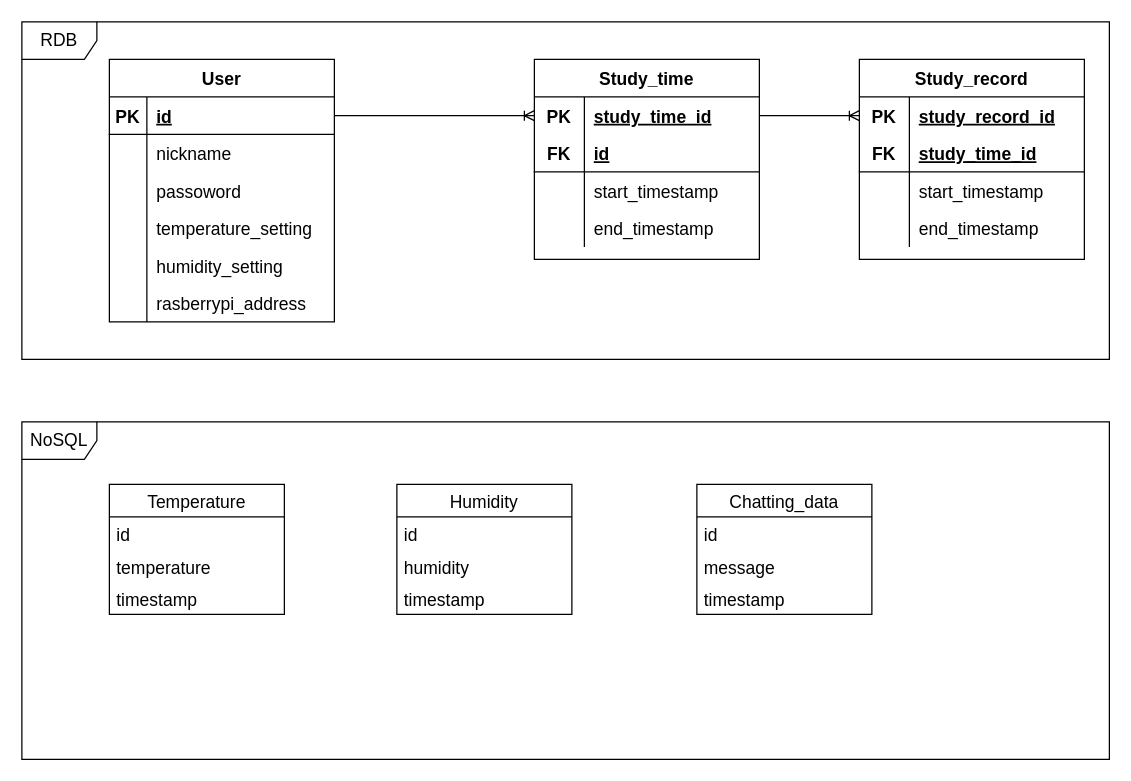
veryneuron/study_mate_project keeps this draw.io diagram as page "ERD" (11 of 11) of doc/UML.drawio. Above is the earlier version. Source tidied: cells renumbered, new cells numbered last; positions are measured from the earlier drawing's top-left corner, leaving out a move shared by most shapes. Both pictures are drawn from the tidied source at 125%, with x=0, y=0 at pixel (21, 21).
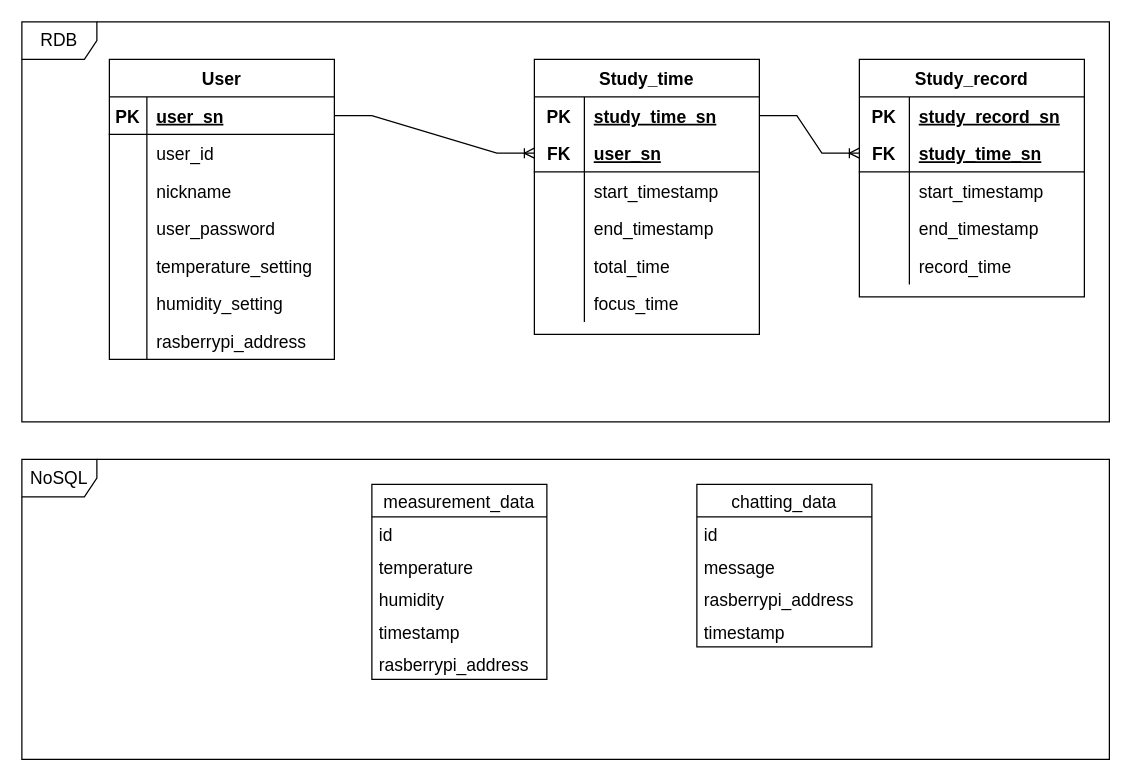
Above is the later version.

Unchanged cells that the change refers to:
```xml
<mxCell id="4" style="shape=tableRow;horizontal=0;startSize=0;swimlaneHead=0;swimlaneBody=0;fillColor=none;points=[[0,0.5],[1,0.5]];portConstraint=eastwest;top=0;left=0;right=0;bottom=1;fontSize=14;" parent="3" vertex="1">
  <mxGeometry y="30" width="180" height="30" as="geometry" />
</mxCell>
<mxCell id="7" style="shape=tableRow;horizontal=0;startSize=0;swimlaneHead=0;swimlaneBody=0;fillColor=none;top=0;left=0;right=0;bottom=0;fontSize=14;" parent="3" vertex="1">
  <mxGeometry y="60" width="180" height="30" as="geometry" />
</mxCell>
<mxCell id="10" style="shape=tableRow;horizontal=0;startSize=0;swimlaneHead=0;swimlaneBody=0;fillColor=none;top=0;left=0;right=0;bottom=0;fontSize=14;" parent="3" vertex="1">
  <mxGeometry y="90" width="180" height="30" as="geometry" />
</mxCell>
<mxCell id="13" style="shape=tableRow;horizontal=0;startSize=0;swimlaneHead=0;swimlaneBody=0;fillColor=none;top=0;left=0;right=0;bottom=0;fontSize=14;" parent="3" vertex="1">
  <mxGeometry y="120" width="180" height="30" as="geometry" />
</mxCell>
<mxCell id="16" style="shape=tableRow;horizontal=0;startSize=0;swimlaneHead=0;swimlaneBody=0;fillColor=none;top=0;left=0;right=0;bottom=0;" parent="3" vertex="1">
  <mxGeometry y="150" width="180" height="30" as="geometry" />
</mxCell>
<mxCell id="19" style="shape=tableRow;horizontal=0;startSize=0;swimlaneHead=0;swimlaneBody=0;fillColor=none;top=0;left=0;right=0;bottom=0;fontSize=14;" parent="3" vertex="1">
  <mxGeometry y="180" width="180" height="30" as="geometry" />
</mxCell>
<mxCell id="24" style="shape=tableRow;horizontal=0;startSize=0;swimlaneHead=0;swimlaneBody=0;fillColor=none;points=[[0,0.5],[1,0.5]];portConstraint=eastwest;top=0;left=0;right=0;bottom=0;fontSize=14;" parent="23" vertex="1">
  <mxGeometry y="30" width="180" height="30" as="geometry" />
</mxCell>
<mxCell id="27" style="shape=tableRow;horizontal=0;startSize=0;swimlaneHead=0;swimlaneBody=0;fillColor=none;points=[[0,0.5],[1,0.5]];portConstraint=eastwest;top=0;left=0;right=0;bottom=1;fontSize=14;" parent="23" vertex="1">
  <mxGeometry y="60" width="180" height="30" as="geometry" />
</mxCell>
<mxCell id="38" style="shape=tableRow;horizontal=0;startSize=0;swimlaneHead=0;swimlaneBody=0;fillColor=none;top=0;left=0;right=0;bottom=0;fontSize=14;" parent="37" vertex="1">
  <mxGeometry y="30" width="180" height="30" as="geometry" />
</mxCell>
<mxCell id="41" style="shape=tableRow;horizontal=0;startSize=0;swimlaneHead=0;swimlaneBody=0;fillColor=none;points=[[0,0.5],[1,0.5]];portConstraint=eastwest;top=0;left=0;right=0;bottom=1;fontSize=14;" parent="37" vertex="1">
  <mxGeometry y="60" width="180" height="30" as="geometry" />
</mxCell>
```

Diff of the diagram source:
```diff
@@
     <mxCell id="2" value="RDB" style="shape=umlFrame;whiteSpace=wrap;html=1;fontSize=14;" parent="1" vertex="1">
-      <mxGeometry width="870" height="270" as="geometry" />
+      <mxGeometry width="870" height="320" as="geometry" />
     </mxCell>
     <mxCell id="3" value="User" style="shape=table;startSize=30;childLayout=tableLayout;rowLines=0;fontStyle=1;align=center;fontSize=14;" parent="1" vertex="1">
-      <mxGeometry x="70" y="30" width="180" height="210" as="geometry" />
+      <mxGeometry x="70" y="30" width="180" height="240" as="geometry" />
     </mxCell>
@@
-    <mxCell id="6" value="id" style="shape=partialRectangle;fillColor=none;top=0;left=0;bottom=0;right=0;align=left;spacingLeft=6;fontStyle=5;overflow=hidden;fontSize=14;" parent="4" vertex="1">
+    <mxCell id="6" value="user_sn" style="shape=partialRectangle;fillColor=none;top=0;left=0;bottom=0;right=0;align=left;spacingLeft=6;fontStyle=5;overflow=hidden;fontSize=14;" parent="4" vertex="1">
       <mxGeometry x="30" width="150" height="30" as="geometry" />
     </mxCell>
@@
-    <mxCell id="9" value="nickname" style="shape=partialRectangle;fillColor=none;top=0;left=0;bottom=0;right=0;align=left;spacingLeft=6;overflow=hidden;fontSize=14;" parent="7" vertex="1">
+    <mxCell id="9" value="user_id" style="shape=partialRectangle;fillColor=none;top=0;left=0;bottom=0;right=0;align=left;spacingLeft=6;overflow=hidden;fontSize=14;" parent="7" vertex="1">
       <mxGeometry x="30" width="150" height="30" as="geometry" />
     </mxCell>
@@
-    <mxCell id="12" value="passoword" style="shape=partialRectangle;fillColor=none;top=0;left=0;bottom=0;right=0;align=left;spacingLeft=6;overflow=hidden;fontSize=14;" parent="10" vertex="1">
+    <mxCell id="12" value="nickname" style="shape=partialRectangle;fillColor=none;top=0;left=0;bottom=0;right=0;align=left;spacingLeft=6;overflow=hidden;fontSize=14;" parent="10" vertex="1">
       <mxGeometry x="30" width="150" height="30" as="geometry" />
     </mxCell>
@@
-    <mxCell id="15" value="temperature_setting" style="shape=partialRectangle;fillColor=none;top=0;left=0;bottom=0;right=0;align=left;spacingLeft=6;overflow=hidden;fontSize=14;" parent="13" vertex="1">
+    <mxCell id="15" value="user_password" style="shape=partialRectangle;fillColor=none;top=0;left=0;bottom=0;right=0;align=left;spacingLeft=6;overflow=hidden;fontSize=14;" parent="13" vertex="1">
       <mxGeometry x="30" width="150" height="30" as="geometry" />
     </mxCell>
@@
-    <mxCell id="18" value="humidity_setting" style="shape=partialRectangle;fillColor=none;top=0;left=0;bottom=0;right=0;align=left;spacingLeft=6;overflow=hidden;fontSize=14;" parent="16" vertex="1">
+    <mxCell id="18" value="temperature_setting" style="shape=partialRectangle;fillColor=none;top=0;left=0;bottom=0;right=0;align=left;spacingLeft=6;overflow=hidden;fontSize=14;" parent="16" vertex="1">
       <mxGeometry x="30" width="150" height="30" as="geometry" />
     </mxCell>
@@
-    <mxCell id="21" value="rasberrypi_address" style="shape=partialRectangle;fillColor=none;top=0;left=0;bottom=0;right=0;align=left;spacingLeft=6;overflow=hidden;fontSize=14;" parent="19" vertex="1">
+    <mxCell id="21" value="humidity_setting" style="shape=partialRectangle;fillColor=none;top=0;left=0;bottom=0;right=0;align=left;spacingLeft=6;overflow=hidden;fontSize=14;" parent="19" vertex="1">
       <mxGeometry x="30" width="150" height="30" as="geometry" />
     </mxCell>
+    <mxCell id="67" style="shape=tableRow;horizontal=0;startSize=0;swimlaneHead=0;swimlaneBody=0;fillColor=none;top=0;left=0;right=0;bottom=0;" parent="3" vertex="1">
+      <mxGeometry y="210" width="180" height="30" as="geometry" />
+    </mxCell>
+    <mxCell id="68" style="shape=partialRectangle;fillColor=none;top=0;left=0;bottom=0;right=0;overflow=hidden;" parent="67" vertex="1">
+      <mxGeometry width="30" height="30" as="geometry" />
+    </mxCell>
+    <mxCell id="69" value="rasberrypi_address" style="shape=partialRectangle;fillColor=none;top=0;left=0;bottom=0;right=0;align=left;spacingLeft=6;overflow=hidden;fontSize=14;" parent="67" vertex="1">
+      <mxGeometry x="30" width="150" height="30" as="geometry" />
+    </mxCell>
-    <mxCell id="22" style="edgeStyle=entityRelationEdgeStyle;fontSize=12;html=1;endArrow=ERoneToMany;rounded=0;entryX=0;entryY=0.5;entryDx=0;entryDy=0;" parent="1" edge="1" source="4">
-      <mxGeometry relative="1" as="geometry">
-        <mxPoint x="410" y="75" as="targetPoint" />
-      </mxGeometry>
+    <mxCell id="22" style="edgeStyle=entityRelationEdgeStyle;fontSize=12;html=1;endArrow=ERoneToMany;rounded=0;entryX=0;entryY=0.5;entryDx=0;entryDy=0;exitX=1;exitY=0.5;exitDx=0;exitDy=0;" parent="1" edge="1" source="4" target="41">
+      <mxGeometry relative="1" as="geometry" />
     </mxCell>
     <mxCell id="23" value="Study_record" style="shape=table;startSize=30;childLayout=tableLayout;rowLines=0;fontStyle=1;align=center;fontSize=14;" parent="1" vertex="1">
-      <mxGeometry x="670" y="30" width="180" height="160" as="geometry" />
+      <mxGeometry x="670" y="30" width="180" height="190" as="geometry" />
     </mxCell>
@@
-    <mxCell id="26" value="study_record_id" style="shape=partialRectangle;fillColor=none;top=0;left=0;bottom=0;right=0;align=left;spacingLeft=6;fontStyle=5;overflow=hidden;fontSize=14;" parent="24" vertex="1">
+    <mxCell id="26" value="study_record_sn" style="shape=partialRectangle;fillColor=none;top=0;left=0;bottom=0;right=0;align=left;spacingLeft=6;fontStyle=5;overflow=hidden;fontSize=14;" parent="24" vertex="1">
       <mxGeometry x="40" width="140" height="30" as="geometry" />
     </mxCell>
@@
-    <mxCell id="29" value="study_time_id" style="shape=partialRectangle;fillColor=none;top=0;left=0;bottom=0;right=0;align=left;spacingLeft=6;fontStyle=5;overflow=hidden;fontSize=14;" parent="27" vertex="1">
+    <mxCell id="29" value="study_time_sn" style="shape=partialRectangle;fillColor=none;top=0;left=0;bottom=0;right=0;align=left;spacingLeft=6;fontStyle=5;overflow=hidden;fontSize=14;" parent="27" vertex="1">
       <mxGeometry x="40" width="140" height="30" as="geometry" />
     </mxCell>
@@
+    <mxCell id="70" style="shape=tableRow;horizontal=0;startSize=0;swimlaneHead=0;swimlaneBody=0;fillColor=none;top=0;left=0;right=0;bottom=0;fontSize=14;" parent="23" vertex="1">
+      <mxGeometry y="150" width="180" height="30" as="geometry" />
+    </mxCell>
+    <mxCell id="71" style="shape=partialRectangle;fillColor=none;top=0;left=0;bottom=0;right=0;overflow=hidden;fontSize=14;" parent="70" vertex="1">
+      <mxGeometry width="40" height="30" as="geometry" />
+    </mxCell>
+    <mxCell id="72" value="record_time" style="shape=partialRectangle;fillColor=none;top=0;left=0;bottom=0;right=0;align=left;spacingLeft=6;overflow=hidden;fontSize=14;" parent="70" vertex="1">
+      <mxGeometry x="40" width="140" height="30" as="geometry" />
+    </mxCell>
-    <mxCell id="36" style="edgeStyle=entityRelationEdgeStyle;fontSize=12;html=1;endArrow=ERoneToMany;rounded=0;exitX=1;exitY=0.5;exitDx=0;exitDy=0;entryX=0;entryY=0.5;entryDx=0;entryDy=0;" parent="1" edge="1" target="24">
+    <mxCell id="36" style="edgeStyle=entityRelationEdgeStyle;fontSize=12;html=1;endArrow=ERoneToMany;rounded=0;exitX=1;exitY=0.5;exitDx=0;exitDy=0;entryX=0;entryY=0.5;entryDx=0;entryDy=0;" parent="1" edge="1" target="27">
       <mxGeometry relative="1" as="geometry">
         <mxPoint x="590" y="75" as="sourcePoint" />
       </mxGeometry>
     </mxCell>
     <mxCell id="37" value="Study_time" style="shape=table;startSize=30;childLayout=tableLayout;rowLines=0;fontStyle=1;align=center;fontSize=14;" parent="1" vertex="1">
-      <mxGeometry x="410" y="30" width="180" height="160" as="geometry" />
+      <mxGeometry x="410" y="30" width="180" height="220" as="geometry" />
     </mxCell>
@@
-    <mxCell id="40" value="study_time_id" style="shape=partialRectangle;fillColor=none;top=0;left=0;bottom=0;right=0;align=left;spacingLeft=6;fontStyle=5;overflow=hidden;fontSize=14;" parent="38" vertex="1">
+    <mxCell id="40" value="study_time_sn" style="shape=partialRectangle;fillColor=none;top=0;left=0;bottom=0;right=0;align=left;spacingLeft=6;fontStyle=5;overflow=hidden;fontSize=14;" parent="38" vertex="1">
       <mxGeometry x="40" width="140" height="30" as="geometry" />
     </mxCell>
@@
-    <mxCell id="43" value="id" style="shape=partialRectangle;fillColor=none;top=0;left=0;bottom=0;right=0;align=left;spacingLeft=6;fontStyle=5;overflow=hidden;fontSize=14;" parent="41" vertex="1">
+    <mxCell id="43" value="user_sn" style="shape=partialRectangle;fillColor=none;top=0;left=0;bottom=0;right=0;align=left;spacingLeft=6;fontStyle=5;overflow=hidden;fontSize=14;" parent="41" vertex="1">
       <mxGeometry x="40" width="140" height="30" as="geometry" />
     </mxCell>
@@
+    <mxCell id="73" style="shape=tableRow;horizontal=0;startSize=0;swimlaneHead=0;swimlaneBody=0;fillColor=none;top=0;left=0;right=0;bottom=0;fontSize=14;" parent="37" vertex="1">
+      <mxGeometry y="150" width="180" height="30" as="geometry" />
+    </mxCell>
+    <mxCell id="74" style="shape=partialRectangle;fillColor=none;top=0;left=0;bottom=0;right=0;overflow=hidden;fontSize=14;" parent="73" vertex="1">
+      <mxGeometry width="40" height="30" as="geometry" />
+    </mxCell>
+    <mxCell id="75" value="total_time" style="shape=partialRectangle;fillColor=none;top=0;left=0;bottom=0;right=0;align=left;spacingLeft=6;overflow=hidden;fontSize=14;" parent="73" vertex="1">
+      <mxGeometry x="40" width="140" height="30" as="geometry" />
+    </mxCell>
+    <mxCell id="76" style="shape=tableRow;horizontal=0;startSize=0;swimlaneHead=0;swimlaneBody=0;fillColor=none;top=0;left=0;right=0;bottom=0;fontSize=14;" parent="37" vertex="1">
+      <mxGeometry y="180" width="180" height="30" as="geometry" />
+    </mxCell>
+    <mxCell id="77" style="shape=partialRectangle;fillColor=none;top=0;left=0;bottom=0;right=0;overflow=hidden;fontSize=14;" parent="76" vertex="1">
+      <mxGeometry width="40" height="30" as="geometry" />
+    </mxCell>
+    <mxCell id="78" value="focus_time" style="shape=partialRectangle;fillColor=none;top=0;left=0;bottom=0;right=0;align=left;spacingLeft=6;overflow=hidden;fontSize=14;" parent="76" vertex="1">
+      <mxGeometry x="40" width="140" height="30" as="geometry" />
+    </mxCell>
     <mxCell id="50" value="NoSQL" style="shape=umlFrame;whiteSpace=wrap;html=1;fontSize=14;" parent="1" vertex="1">
-      <mxGeometry y="320" width="870" height="270" as="geometry" />
+      <mxGeometry y="350" width="870" height="240" as="geometry" />
     </mxCell>
-    <mxCell id="51" value="Temperature" style="swimlane;fontStyle=0;horizontal=1;startSize=26;fillColor=none;fontSize=14;" parent="1" vertex="1">
-      <mxGeometry x="70" y="370" width="140" height="104" as="geometry" />
+    <mxCell id="51" value="measurement_data" style="swimlane;fontStyle=0;horizontal=1;startSize=26;fillColor=none;fontSize=14;" parent="1" vertex="1">
+      <mxGeometry x="280" y="370" width="140" height="156" as="geometry" />
     </mxCell>
@@
-    <mxCell id="54" value="timestamp" style="text;strokeColor=none;fillColor=none;align=left;verticalAlign=top;spacingLeft=4;spacingRight=4;overflow=hidden;fontSize=14;" parent="51" vertex="1">
+    <mxCell id="54" value="humidity" style="text;strokeColor=none;fillColor=none;align=left;verticalAlign=top;spacingLeft=4;spacingRight=4;overflow=hidden;fontSize=14;" parent="51" vertex="1">
       <mxGeometry y="78" width="140" height="26" as="geometry" />
     </mxCell>
-    <mxCell id="55" value="Humidity" style="swimlane;fontStyle=0;horizontal=1;startSize=26;fillColor=none;fontSize=14;" parent="1" vertex="1">
-      <mxGeometry x="300" y="370" width="140" height="104" as="geometry" />
-    </mxCell>
-    <mxCell id="56" value="id" style="text;strokeColor=none;fillColor=none;align=left;verticalAlign=top;spacingLeft=4;spacingRight=4;overflow=hidden;fontSize=14;" parent="55" vertex="1">
-      <mxGeometry y="26" width="140" height="26" as="geometry" />
-    </mxCell>
-    <mxCell id="57" value="humidity" style="text;strokeColor=none;fillColor=none;align=left;verticalAlign=top;spacingLeft=4;spacingRight=4;overflow=hidden;fontSize=14;" parent="55" vertex="1">
-      <mxGeometry y="52" width="140" height="26" as="geometry" />
-    </mxCell>
-    <mxCell id="58" value="timestamp" style="text;strokeColor=none;fillColor=none;align=left;verticalAlign=top;spacingLeft=4;spacingRight=4;overflow=hidden;fontSize=14;" parent="55" vertex="1">
-      <mxGeometry y="78" width="140" height="26" as="geometry" />
-    </mxCell>
+    <mxCell id="79" value="timestamp" style="text;strokeColor=none;fillColor=none;align=left;verticalAlign=top;spacingLeft=4;spacingRight=4;overflow=hidden;fontSize=14;" parent="51" vertex="1">
+      <mxGeometry y="104" width="140" height="26" as="geometry" />
+    </mxCell>
+    <mxCell id="80" value="rasberrypi_address" style="text;strokeColor=none;fillColor=none;align=left;verticalAlign=top;spacingLeft=4;spacingRight=4;overflow=hidden;fontSize=14;" parent="51" vertex="1">
+      <mxGeometry y="130" width="140" height="26" as="geometry" />
+    </mxCell>
-    <mxCell id="59" value="Chatting_data" style="swimlane;fontStyle=0;horizontal=1;startSize=26;fillColor=none;fontSize=14;" parent="1" vertex="1">
-      <mxGeometry x="540" y="370" width="140" height="104" as="geometry" />
+    <mxCell id="59" value="chatting_data" style="swimlane;fontStyle=0;horizontal=1;startSize=26;fillColor=none;fontSize=14;" parent="1" vertex="1">
+      <mxGeometry x="540" y="370" width="140" height="130" as="geometry" />
     </mxCell>
@@
-    <mxCell id="62" value="timestamp" style="text;strokeColor=none;fillColor=none;align=left;verticalAlign=top;spacingLeft=4;spacingRight=4;overflow=hidden;fontSize=14;" parent="59" vertex="1">
-      <mxGeometry y="78" width="140" height="26" as="geometry" />
-    </mxCell>
+    <mxCell id="81" value="rasberrypi_address" style="text;strokeColor=none;fillColor=none;align=left;verticalAlign=top;spacingLeft=4;spacingRight=4;overflow=hidden;fontSize=14;" parent="59" vertex="1">
+      <mxGeometry y="78" width="140" height="26" as="geometry" />
+    </mxCell>
+    <mxCell id="82" value="timestamp" style="text;strokeColor=none;fillColor=none;align=left;verticalAlign=top;spacingLeft=4;spacingRight=4;overflow=hidden;fontSize=14;" parent="59" vertex="1">
+      <mxGeometry y="104" width="140" height="26" as="geometry" />
+    </mxCell>
```
